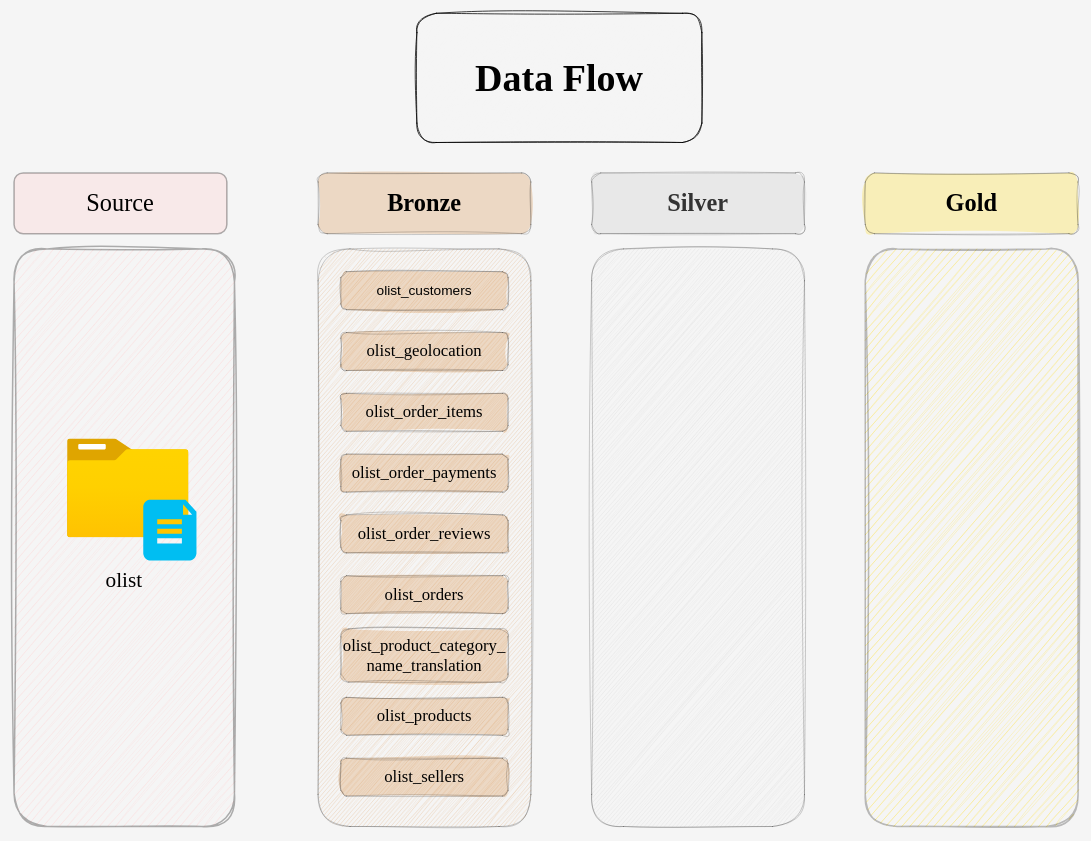
Before: docs/data_flow.drawio in IbirdieU/data-warehouse-project, a draw.io diagram. Source tidied: cells renumbered, new cells numbered last; positions are measured from the earlier drawing's top-left corner, leaving out a move shared by most shapes. Both pictures are drawn from the tidied source at 76%, with x=0, y=0 at pixel (14, 13).
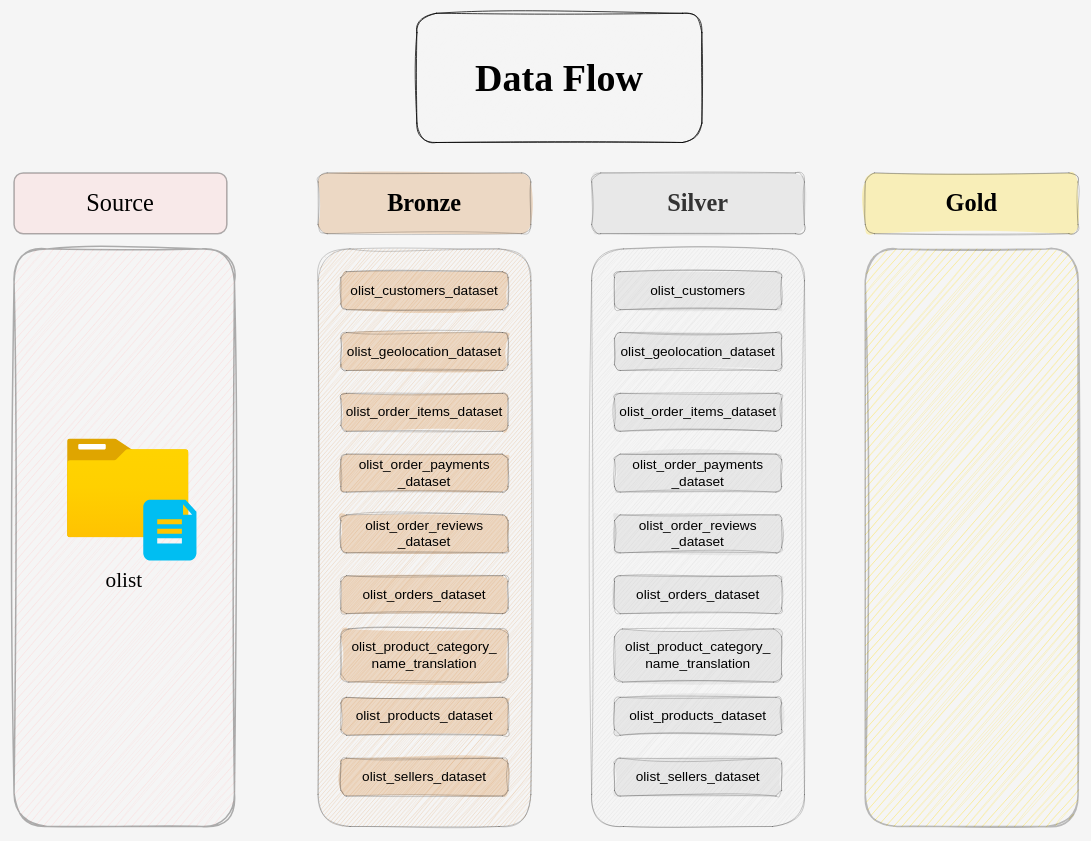
After the change.

Diff of the diagram source:
```diff
@@
-    <mxCell id="14" value="&lt;font style=&quot;font-size: 18px;&quot;&gt;olist_customers&lt;/font&gt;" style="rounded=1;whiteSpace=wrap;html=1;fillColor=#CD7F32;strokeColor=default;opacity=25;strokeWidth=1;gradientColor=none;fillStyle=solid;sketch=1;curveFitting=1;jiggle=2;" parent="1" vertex="1">
+    <mxCell id="14" value="&lt;font style=&quot;font-size: 18px;&quot;&gt;olist_customers_dataset&lt;/font&gt;" style="rounded=1;whiteSpace=wrap;html=1;fillColor=#CD7F32;strokeColor=default;opacity=25;strokeWidth=1;gradientColor=none;fillStyle=solid;sketch=1;curveFitting=1;jiggle=2;" parent="1" vertex="1">
       <mxGeometry x="430" y="340" width="220" height="50" as="geometry" />
     </mxCell>
-    <mxCell id="15" value="&lt;font face=&quot;Times New Roman&quot;&gt;&lt;span style=&quot;font-size: 22px;&quot;&gt;olist_geolocation&lt;/span&gt;&lt;/font&gt;" style="rounded=1;whiteSpace=wrap;html=1;fillColor=#CD7F32;strokeColor=default;opacity=25;strokeWidth=1;gradientColor=none;fillStyle=solid;sketch=1;curveFitting=1;jiggle=2;" parent="1" vertex="1">
+    <mxCell id="15" value="&lt;font style=&quot;font-size: 18px;&quot; face=&quot;Helvetica&quot;&gt;olist_geolocation&lt;/font&gt;&lt;span style=&quot;font-size: 18px;&quot;&gt;_dataset&lt;/span&gt;" style="rounded=1;whiteSpace=wrap;html=1;fillColor=#CD7F32;strokeColor=default;opacity=25;strokeWidth=1;gradientColor=none;fillStyle=solid;sketch=1;curveFitting=1;jiggle=2;" parent="1" vertex="1">
       <mxGeometry x="430" y="420" width="220" height="50" as="geometry" />
     </mxCell>
-    <mxCell id="16" value="&lt;font face=&quot;Times New Roman&quot;&gt;&lt;span style=&quot;font-size: 22px;&quot;&gt;olist_order_items&lt;/span&gt;&lt;/font&gt;" style="rounded=1;whiteSpace=wrap;html=1;fillColor=#CD7F32;strokeColor=default;opacity=25;strokeWidth=1;gradientColor=none;fillStyle=solid;sketch=1;curveFitting=1;jiggle=2;" parent="1" vertex="1">
+    <mxCell id="16" value="&lt;font&gt;olist_order_items&lt;/font&gt;_dataset" style="rounded=1;whiteSpace=wrap;html=1;fillColor=#CD7F32;strokeColor=default;opacity=25;strokeWidth=1;gradientColor=none;fillStyle=solid;sketch=1;curveFitting=1;jiggle=2;fontFamily=Helvetica;fontSize=18;" parent="1" vertex="1">
       <mxGeometry x="430" y="500" width="220" height="50" as="geometry" />
     </mxCell>
-    <mxCell id="17" value="&lt;font face=&quot;Times New Roman&quot;&gt;&lt;span style=&quot;font-size: 22px;&quot;&gt;olist_order_payments&lt;/span&gt;&lt;/font&gt;" style="rounded=1;whiteSpace=wrap;html=1;fillColor=#CD7F32;strokeColor=default;opacity=25;strokeWidth=1;gradientColor=none;fillStyle=solid;sketch=1;curveFitting=1;jiggle=2;" parent="1" vertex="1">
+    <mxCell id="17" value="&lt;font&gt;&lt;span&gt;olist_order_payments&lt;/span&gt;&lt;/font&gt;&lt;div&gt;_dataset&lt;/div&gt;" style="rounded=1;whiteSpace=wrap;html=1;fillColor=#CD7F32;strokeColor=default;opacity=25;strokeWidth=1;gradientColor=none;fillStyle=solid;sketch=1;curveFitting=1;jiggle=2;fontFamily=Helvetica;fontSize=18;" parent="1" vertex="1">
       <mxGeometry x="430" y="580" width="220" height="50" as="geometry" />
     </mxCell>
-    <mxCell id="18" value="&lt;font face=&quot;Times New Roman&quot;&gt;&lt;span style=&quot;font-size: 22px;&quot;&gt;olist_order_reviews&lt;/span&gt;&lt;/font&gt;" style="rounded=1;whiteSpace=wrap;html=1;fillColor=#CD7F32;strokeColor=default;opacity=25;strokeWidth=1;gradientColor=none;fillStyle=solid;sketch=1;curveFitting=1;jiggle=2;" parent="1" vertex="1">
+    <mxCell id="18" value="&lt;font&gt;&lt;span&gt;olist_order_reviews&lt;/span&gt;&lt;/font&gt;&lt;div&gt;&lt;font&gt;_dataset&lt;span&gt;&lt;/span&gt;&lt;/font&gt;&lt;/div&gt;" style="rounded=1;whiteSpace=wrap;html=1;fillColor=#CD7F32;strokeColor=default;opacity=25;strokeWidth=1;gradientColor=none;fillStyle=solid;sketch=1;curveFitting=1;jiggle=2;fontFamily=Helvetica;fontSize=18;" parent="1" vertex="1">
       <mxGeometry x="430" y="660" width="220" height="50" as="geometry" />
     </mxCell>
-    <mxCell id="19" value="&lt;font face=&quot;Times New Roman&quot;&gt;&lt;span style=&quot;font-size: 22px;&quot;&gt;olist_orders&lt;/span&gt;&lt;/font&gt;" style="rounded=1;whiteSpace=wrap;html=1;fillColor=#CD7F32;strokeColor=default;opacity=25;strokeWidth=1;gradientColor=none;fillStyle=solid;sketch=1;curveFitting=1;jiggle=2;" parent="1" vertex="1">
+    <mxCell id="19" value="&lt;font&gt;&lt;span&gt;olist_orders&lt;/span&gt;&lt;/font&gt;_dataset" style="rounded=1;whiteSpace=wrap;html=1;fillColor=#CD7F32;strokeColor=default;opacity=25;strokeWidth=1;gradientColor=none;fillStyle=solid;sketch=1;curveFitting=1;jiggle=2;fontFamily=Helvetica;fontSize=18;" parent="1" vertex="1">
       <mxGeometry x="430" y="740" width="220" height="50" as="geometry" />
     </mxCell>
-    <mxCell id="20" value="&lt;font face=&quot;Times New Roman&quot;&gt;&lt;span style=&quot;font-size: 22px;&quot;&gt;olist_product_category&lt;/span&gt;&lt;/font&gt;&lt;span style=&quot;font-size: 22px; font-family: &amp;quot;Times New Roman&amp;quot;; background-color: transparent; color: light-dark(rgb(0, 0, 0), rgb(255, 255, 255));&quot;&gt;_&lt;/span&gt;&lt;div&gt;&lt;span style=&quot;font-size: 22px; font-family: &amp;quot;Times New Roman&amp;quot;; background-color: transparent; color: light-dark(rgb(0, 0, 0), rgb(255, 255, 255));&quot;&gt;name_translation&lt;/span&gt;&lt;/div&gt;" style="rounded=1;whiteSpace=wrap;html=1;fillColor=#CD7F32;strokeColor=default;opacity=25;strokeWidth=1;gradientColor=none;fillStyle=solid;sketch=1;curveFitting=1;jiggle=2;" parent="1" vertex="1">
+    <mxCell id="20" value="&lt;font&gt;&lt;span&gt;olist_product_category&lt;/span&gt;&lt;/font&gt;&lt;span style=&quot;background-color: transparent; color: light-dark(rgb(0, 0, 0), rgb(255, 255, 255));&quot;&gt;_&lt;/span&gt;&lt;div&gt;&lt;span style=&quot;background-color: transparent; color: light-dark(rgb(0, 0, 0), rgb(255, 255, 255));&quot;&gt;name_translation&lt;/span&gt;&lt;/div&gt;" style="rounded=1;whiteSpace=wrap;html=1;fillColor=#CD7F32;strokeColor=default;opacity=25;strokeWidth=1;gradientColor=none;fillStyle=solid;sketch=1;curveFitting=1;jiggle=2;fontFamily=Helvetica;fontSize=18;" parent="1" vertex="1">
       <mxGeometry x="430" y="810" width="220" height="70" as="geometry" />
     </mxCell>
-    <mxCell id="21" value="&lt;font face=&quot;Times New Roman&quot;&gt;&lt;span style=&quot;font-size: 22px;&quot;&gt;olist_products&lt;/span&gt;&lt;/font&gt;" style="rounded=1;whiteSpace=wrap;html=1;fillColor=#CD7F32;strokeColor=default;opacity=25;strokeWidth=1;gradientColor=none;fillStyle=solid;sketch=1;curveFitting=1;jiggle=2;" parent="1" vertex="1">
+    <mxCell id="21" value="&lt;font&gt;&lt;span&gt;olist_products&lt;/span&gt;&lt;/font&gt;_dataset" style="rounded=1;whiteSpace=wrap;html=1;fillColor=#CD7F32;strokeColor=default;opacity=25;strokeWidth=1;gradientColor=none;fillStyle=solid;sketch=1;curveFitting=1;jiggle=2;fontFamily=Helvetica;fontSize=18;" parent="1" vertex="1">
       <mxGeometry x="430" y="900" width="220" height="50" as="geometry" />
     </mxCell>
-    <mxCell id="22" value="&lt;font face=&quot;Times New Roman&quot;&gt;&lt;span style=&quot;font-size: 22px;&quot;&gt;olist_sellers&lt;/span&gt;&lt;/font&gt;" style="rounded=1;whiteSpace=wrap;html=1;fillColor=#CD7F32;strokeColor=default;opacity=25;strokeWidth=1;gradientColor=none;fillStyle=solid;sketch=1;curveFitting=1;jiggle=2;" parent="1" vertex="1">
+    <mxCell id="22" value="&lt;font&gt;&lt;span&gt;olist_sellers&lt;/span&gt;&lt;/font&gt;_dataset" style="rounded=1;whiteSpace=wrap;html=1;fillColor=#CD7F32;strokeColor=default;opacity=25;strokeWidth=1;gradientColor=none;fillStyle=solid;sketch=1;curveFitting=1;jiggle=2;fontFamily=Helvetica;fontSize=18;" parent="1" vertex="1">
       <mxGeometry x="430" y="980" width="220" height="50" as="geometry" />
     </mxCell>
+    <mxCell id="23" value="&lt;font style=&quot;font-size: 18px;&quot;&gt;olist_customers&lt;/font&gt;" style="rounded=1;whiteSpace=wrap;html=1;fillColor=#C0C0C0;strokeColor=default;opacity=25;strokeWidth=1;gradientColor=none;fillStyle=solid;sketch=1;curveFitting=1;jiggle=2;" parent="1" vertex="1">
+      <mxGeometry x="790" y="340" width="220" height="50" as="geometry" />
+    </mxCell>
+    <mxCell id="24" value="&lt;font style=&quot;font-size: 18px;&quot; face=&quot;Helvetica&quot;&gt;olist_geolocation&lt;/font&gt;&lt;span style=&quot;font-size: 18px;&quot;&gt;_dataset&lt;/span&gt;" style="rounded=1;whiteSpace=wrap;html=1;fillColor=#C0C0C0;strokeColor=default;opacity=25;strokeWidth=1;gradientColor=none;fillStyle=solid;sketch=1;curveFitting=1;jiggle=2;" parent="1" vertex="1">
+      <mxGeometry x="790" y="420" width="220" height="50" as="geometry" />
+    </mxCell>
+    <mxCell id="25" value="&lt;font&gt;olist_order_items&lt;/font&gt;_dataset" style="rounded=1;whiteSpace=wrap;html=1;fillColor=#C0C0C0;strokeColor=default;opacity=25;strokeWidth=1;gradientColor=none;fillStyle=solid;sketch=1;curveFitting=1;jiggle=2;fontFamily=Helvetica;fontSize=18;" parent="1" vertex="1">
+      <mxGeometry x="790" y="500" width="220" height="50" as="geometry" />
+    </mxCell>
+    <mxCell id="26" value="&lt;font&gt;&lt;span&gt;olist_order_payments&lt;/span&gt;&lt;/font&gt;&lt;div&gt;_dataset&lt;/div&gt;" style="rounded=1;whiteSpace=wrap;html=1;fillColor=#C0C0C0;strokeColor=default;opacity=25;strokeWidth=1;gradientColor=none;fillStyle=solid;sketch=1;curveFitting=1;jiggle=2;fontFamily=Helvetica;fontSize=18;" parent="1" vertex="1">
+      <mxGeometry x="790" y="580" width="220" height="50" as="geometry" />
+    </mxCell>
+    <mxCell id="27" value="&lt;font&gt;&lt;span&gt;olist_order_reviews&lt;/span&gt;&lt;/font&gt;&lt;div&gt;&lt;font&gt;_dataset&lt;span&gt;&lt;/span&gt;&lt;/font&gt;&lt;/div&gt;" style="rounded=1;whiteSpace=wrap;html=1;fillColor=#C0C0C0;strokeColor=default;opacity=25;strokeWidth=1;gradientColor=none;fillStyle=solid;sketch=1;curveFitting=1;jiggle=2;fontFamily=Helvetica;fontSize=18;" parent="1" vertex="1">
+      <mxGeometry x="790" y="660" width="220" height="50" as="geometry" />
+    </mxCell>
+    <mxCell id="28" value="&lt;font&gt;&lt;span&gt;olist_orders&lt;/span&gt;&lt;/font&gt;_dataset" style="rounded=1;whiteSpace=wrap;html=1;fillColor=#C0C0C0;strokeColor=default;opacity=25;strokeWidth=1;gradientColor=none;fillStyle=solid;sketch=1;curveFitting=1;jiggle=2;fontFamily=Helvetica;fontSize=18;" parent="1" vertex="1">
+      <mxGeometry x="790" y="740" width="220" height="50" as="geometry" />
+    </mxCell>
+    <mxCell id="29" value="&lt;font&gt;&lt;span&gt;olist_product_category&lt;/span&gt;&lt;/font&gt;&lt;span style=&quot;background-color: transparent; color: light-dark(rgb(0, 0, 0), rgb(255, 255, 255));&quot;&gt;_&lt;/span&gt;&lt;div&gt;&lt;span style=&quot;background-color: transparent; color: light-dark(rgb(0, 0, 0), rgb(255, 255, 255));&quot;&gt;name_translation&lt;/span&gt;&lt;/div&gt;" style="rounded=1;whiteSpace=wrap;html=1;fillColor=#C0C0C0;strokeColor=default;opacity=25;strokeWidth=1;gradientColor=none;fillStyle=solid;sketch=1;curveFitting=1;jiggle=2;fontFamily=Helvetica;fontSize=18;" parent="1" vertex="1">
+      <mxGeometry x="790" y="810" width="220" height="70" as="geometry" />
+    </mxCell>
+    <mxCell id="30" value="&lt;font&gt;&lt;span&gt;olist_products&lt;/span&gt;&lt;/font&gt;_dataset" style="rounded=1;whiteSpace=wrap;html=1;fillColor=#C0C0C0;strokeColor=default;opacity=25;strokeWidth=1;gradientColor=none;fillStyle=solid;sketch=1;curveFitting=1;jiggle=2;fontFamily=Helvetica;fontSize=18;" parent="1" vertex="1">
+      <mxGeometry x="790" y="900" width="220" height="50" as="geometry" />
+    </mxCell>
+    <mxCell id="31" value="&lt;font&gt;&lt;span&gt;olist_sellers&lt;/span&gt;&lt;/font&gt;_dataset" style="rounded=1;whiteSpace=wrap;html=1;fillColor=#C0C0C0;strokeColor=default;opacity=25;strokeWidth=1;gradientColor=none;fillStyle=solid;sketch=1;curveFitting=1;jiggle=2;fontFamily=Helvetica;fontSize=18;" parent="1" vertex="1">
+      <mxGeometry x="790" y="980" width="220" height="50" as="geometry" />
+    </mxCell>
```
